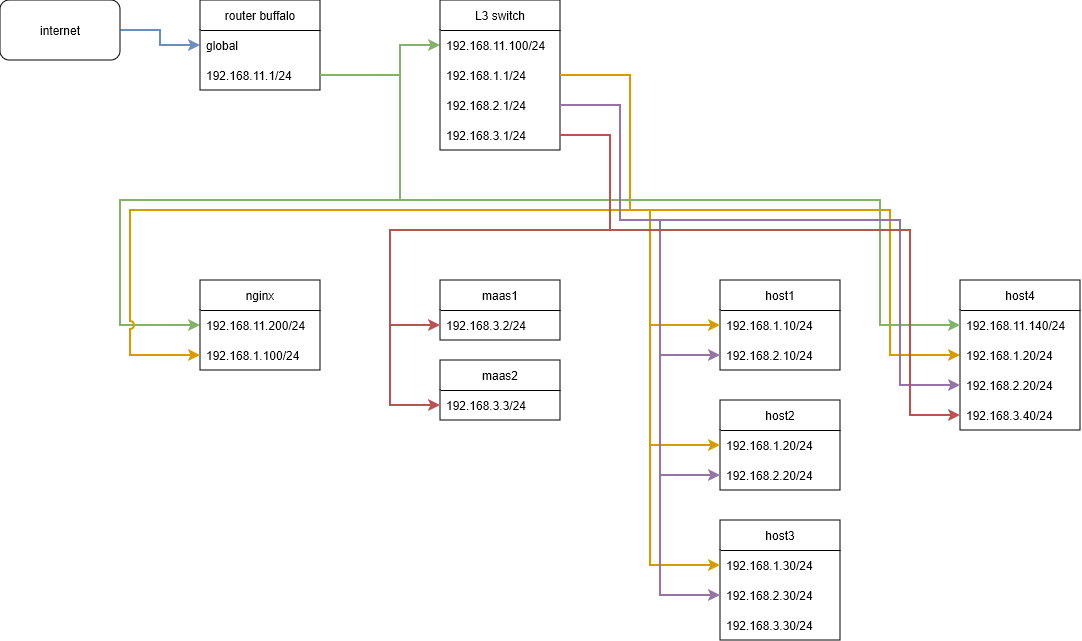
kigawa01/kigawa01 keeps this draw.io diagram as config/network.drawio.png. Above is the earlier version. Source tidied: cells renumbered, new cells last; positions are measured from the earlier drawing's top-left corner, leaving out a move shared by most shapes.
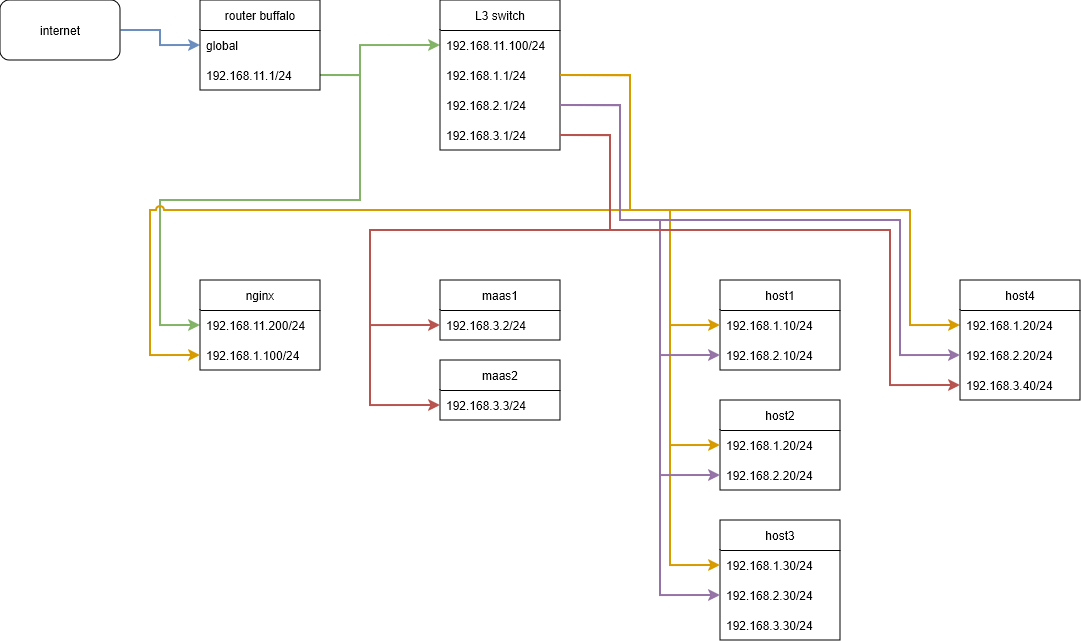
Above is the later version.

Commit message:
network.drawio.png を更新します

Diff of the diagram source:
```diff
@@ -5,10 +5,10 @@
     <mxCell id="2" style="edgeStyle=orthogonalEdgeStyle;rounded=0;jettySize=auto;html=1;exitX=1;exitY=0.5;exitDx=0;exitDy=0;entryX=0;entryY=0.5;entryDx=0;entryDy=0;fillColor=#d5e8d4;strokeColor=#82b366;strokeWidth=2;" parent="1" edge="1" source="9" target="16">
       <mxGeometry relative="1" as="geometry">
         <Array as="points">
-          <mxPoint x="400" y="75" />
-          <mxPoint x="400" y="200" />
-          <mxPoint x="120" y="200" />
-          <mxPoint x="120" y="325" />
+          <mxPoint x="360" y="75" />
+          <mxPoint x="360" y="200" />
+          <mxPoint x="160" y="200" />
+          <mxPoint x="160" y="325" />
         </Array>
       </mxGeometry>
     </mxCell>
@@ -17,16 +17,16 @@
         <Array as="points">
           <mxPoint x="630" y="75" />
           <mxPoint x="630" y="210" />
-          <mxPoint x="890" y="210" />
-          <mxPoint x="890" y="355" />
+          <mxPoint x="910" y="210" />
+          <mxPoint x="910" y="325" />
         </Array>
       </mxGeometry>
     </mxCell>
     <mxCell id="4" style="edgeStyle=orthogonalEdgeStyle;rounded=0;jettySize=auto;html=1;exitX=1;exitY=0.5;exitDx=0;exitDy=0;entryX=0;entryY=0.5;entryDx=0;entryDy=0;fillColor=#d5e8d4;strokeColor=#82b366;strokeWidth=2;" parent="1" edge="1" source="9" target="11">
       <mxGeometry relative="1" as="geometry">
         <Array as="points">
-          <mxPoint x="400" y="75" />
-          <mxPoint x="400" y="45" />
+          <mxPoint x="360" y="75" />
+          <mxPoint x="360" y="45" />
         </Array>
       </mxGeometry>
     </mxCell>
@@ -74,8 +74,8 @@
         <Array as="points">
           <mxPoint x="630" y="75" />
           <mxPoint x="630" y="210" />
-          <mxPoint x="130" y="210" />
-          <mxPoint x="130" y="355" />
+          <mxPoint x="150" y="210" />
+          <mxPoint x="150" y="355" />
         </Array>
       </mxGeometry>
     </mxCell>
@@ -90,8 +90,8 @@
         <Array as="points">
           <mxPoint x="610" y="135" />
           <mxPoint x="610" y="230" />
-          <mxPoint x="390" y="230" />
-          <mxPoint x="390" y="325" />
+          <mxPoint x="370" y="230" />
+          <mxPoint x="370" y="325" />
         </Array>
       </mxGeometry>
     </mxCell>
@@ -106,8 +106,8 @@
         <Array as="points">
           <mxPoint x="610" y="135" />
           <mxPoint x="610" y="230" />
-          <mxPoint x="390" y="230" />
-          <mxPoint x="390" y="405" />
+          <mxPoint x="370" y="230" />
+          <mxPoint x="370" y="405" />
         </Array>
       </mxGeometry>
     </mxCell>
@@ -125,8 +125,8 @@
         <Array as="points">
           <mxPoint x="630" y="75" />
           <mxPoint x="630" y="210" />
-          <mxPoint x="650" y="210" />
-          <mxPoint x="650" y="325" />
+          <mxPoint x="670" y="210" />
+          <mxPoint x="670" y="325" />
         </Array>
       </mxGeometry>
     </mxCell>
@@ -152,27 +152,24 @@
       <mxGeometry y="90" width="120" height="30" as="geometry" />
     </mxCell>
     <mxCell id="36" value="host4" style="swimlane;fontStyle=0;horizontal=1;startSize=30;whiteSpace=wrap;html=1;" parent="1" vertex="1">
-      <mxGeometry x="960" y="280" width="120" height="150" as="geometry" />
+      <mxGeometry x="960" y="280" width="120" height="120" as="geometry" />
     </mxCell>
-    <mxCell id="37" value="192.168.11.140/24" style="text;strokeColor=none;fillColor=none;align=left;verticalAlign=middle;spacingLeft=4;spacingRight=4;overflow=hidden;points=[[0,0.5],[1,0.5]];portConstraint=eastwest;whiteSpace=wrap;html=1;" parent="36" vertex="1">
-      <mxGeometry y="30" width="120" height="30" as="geometry" />
-    </mxCell>
     <mxCell id="38" value="192.168.1.20/24" style="text;strokeColor=none;fillColor=none;align=left;verticalAlign=middle;spacingLeft=4;spacingRight=4;overflow=hidden;points=[[0,0.5],[1,0.5]];portConstraint=eastwest;whiteSpace=wrap;html=1;" parent="36" vertex="1">
-      <mxGeometry y="60" width="120" height="30" as="geometry" />
+      <mxGeometry y="30" width="120" height="30" as="geometry" />
     </mxCell>
     <mxCell id="39" value="192.168.2.20/24" style="text;strokeColor=none;fillColor=none;align=left;verticalAlign=middle;spacingLeft=4;spacingRight=4;overflow=hidden;points=[[0,0.5],[1,0.5]];portConstraint=eastwest;whiteSpace=wrap;html=1;" parent="36" vertex="1">
-      <mxGeometry y="90" width="120" height="30" as="geometry" />
+      <mxGeometry y="60" width="120" height="30" as="geometry" />
     </mxCell>
     <mxCell id="40" value="192.168.3.40/24" style="text;strokeColor=none;fillColor=none;align=left;verticalAlign=middle;spacingLeft=4;spacingRight=4;overflow=hidden;points=[[0,0.5],[1,0.5]];portConstraint=eastwest;whiteSpace=wrap;html=1;" parent="36" vertex="1">
-      <mxGeometry y="120" width="120" height="30" as="geometry" />
+      <mxGeometry y="90" width="120" height="30" as="geometry" />
     </mxCell>
     <mxCell id="41" style="edgeStyle=orthogonalEdgeStyle;rounded=0;jettySize=auto;html=1;exitX=1;exitY=0.5;exitDx=0;exitDy=0;entryX=0;entryY=0.5;entryDx=0;entryDy=0;fillColor=#ffe6cc;strokeColor=#d79b00;strokeWidth=2;jumpStyle=none;" parent="1" edge="1" source="12" target="33">
       <mxGeometry relative="1" as="geometry">
         <Array as="points">
           <mxPoint x="630" y="75" />
           <mxPoint x="630" y="210" />
-          <mxPoint x="650" y="210" />
-          <mxPoint x="650" y="565" />
+          <mxPoint x="670" y="210" />
+          <mxPoint x="670" y="565" />
         </Array>
       </mxGeometry>
     </mxCell>
@@ -181,8 +178,8 @@
         <Array as="points">
           <mxPoint x="630" y="75" />
           <mxPoint x="630" y="210" />
-          <mxPoint x="650" y="210" />
-          <mxPoint x="650" y="445" />
+          <mxPoint x="670" y="210" />
+          <mxPoint x="670" y="445" />
         </Array>
       </mxGeometry>
     </mxCell>
@@ -206,7 +203,7 @@
         </Array>
       </mxGeometry>
     </mxCell>
-    <mxCell id="45" style="edgeStyle=orthogonalEdgeStyle;rounded=0;jettySize=auto;html=1;exitX=1;exitY=0.5;exitDx=0;exitDy=0;fillColor=#d5e8d4;strokeColor=#82b366;strokeWidth=2;entryX=0;entryY=0.5;entryDx=0;entryDy=0;" parent="1" edge="1" source="9" target="37">
+    <mxCell id="45" style="edgeStyle=orthogonalEdgeStyle;rounded=0;jettySize=auto;html=1;exitX=1;exitY=0.5;exitDx=0;exitDy=0;fillColor=#d5e8d4;strokeColor=#82b366;strokeWidth=2;entryX=0;entryY=0.5;entryDx=0;entryDy=0;" parent="1" edge="1" source="9" target="x">
       <mxGeometry relative="1" as="geometry">
         <Array as="points">
           <mxPoint x="400" y="75" />
@@ -222,7 +219,7 @@
           <mxPoint x="620" y="105" />
           <mxPoint x="620" y="220" />
           <mxPoint x="900" y="220" />
-          <mxPoint x="900" y="385" />
+          <mxPoint x="900" y="355" />
         </Array>
       </mxGeometry>
     </mxCell>
@@ -241,8 +238,8 @@
         <Array as="points">
           <mxPoint x="610" y="135" />
           <mxPoint x="610" y="230" />
-          <mxPoint x="910" y="230" />
-          <mxPoint x="910" y="415" />
+          <mxPoint x="890" y="230" />
+          <mxPoint x="890" y="385" />
         </Array>
       </mxGeometry>
     </mxCell>
```
